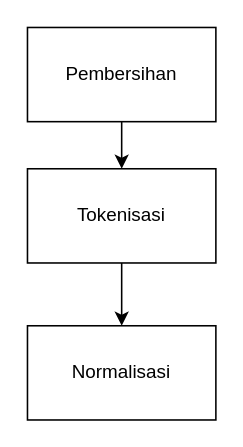
Before: pre-processing.drawio in jezreelkosasih/diagram, a draw.io diagram. Source tidied: cells renumbered, new cells numbered last; positions are measured from the earlier drawing's top-left corner, leaving out a move shared by most shapes. Both pictures are drawn from the tidied source at 157%, with x=0, y=0 at pixel (27, 27).
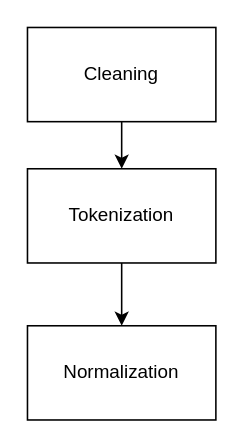
The same diagram, later.

Change to the diagram source:
```diff
@@
 <mxGraphModel>
   <root>
     <mxCell id="0" />
     <mxCell id="1" parent="0" />
     <mxCell id="2" style="edgeStyle=orthogonalEdgeStyle;rounded=0;jettySize=auto;html=1;" parent="1" edge="1" source="3" target="4">
       <mxGeometry relative="1" as="geometry" />
     </mxCell>
-    <mxCell id="3" value="Tokenisasi" style="rounded=0;whiteSpace=wrap;html=1;" parent="1" vertex="1">
+    <mxCell id="3" value="Tokenization" style="rounded=0;whiteSpace=wrap;html=1;" parent="1" vertex="1">
       <mxGeometry y="90" width="120" height="60" as="geometry" />
     </mxCell>
-    <mxCell id="4" value="Normalisasi" style="rounded=0;whiteSpace=wrap;html=1;" parent="1" vertex="1">
+    <mxCell id="4" value="Normalization" style="rounded=0;whiteSpace=wrap;html=1;" parent="1" vertex="1">
       <mxGeometry y="190" width="120" height="60" as="geometry" />
     </mxCell>
     <mxCell id="5" style="edgeStyle=orthogonalEdgeStyle;rounded=0;jettySize=auto;html=1;" parent="1" edge="1" source="6" target="3">
       <mxGeometry relative="1" as="geometry" />
     </mxCell>
-    <mxCell id="6" value="Pembersihan" style="rounded=0;whiteSpace=wrap;html=1;" parent="1" vertex="1">
+    <mxCell id="6" value="Cleaning" style="rounded=0;whiteSpace=wrap;html=1;" parent="1" vertex="1">
       <mxGeometry width="120" height="60" as="geometry" />
     </mxCell>
   </root>
 </mxGraphModel>
```
